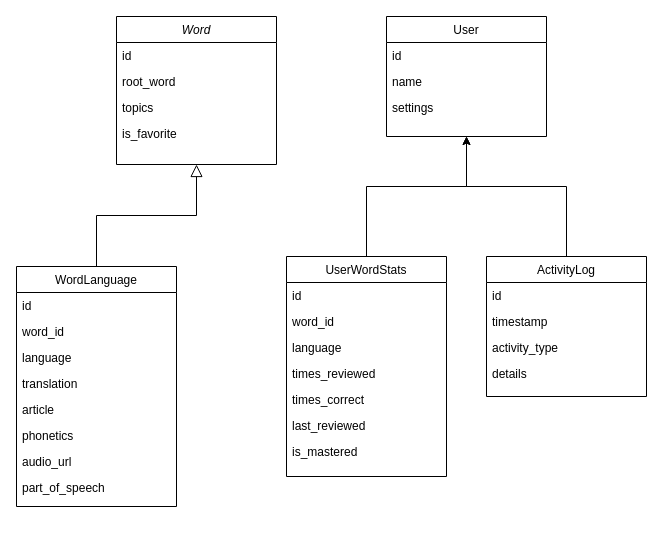
Before: docs/diagrams/data_model/PalabrasSchemaGeneral.drawio in empty-works/lingua-flash, a draw.io diagram. Source tidied: cells renumbered, new cells numbered last; positions are measured from the earlier drawing's top-left corner, leaving out a move shared by most shapes. Both pictures are drawn from the tidied source at 100%, with x=0, y=0 at pixel (16, 16).
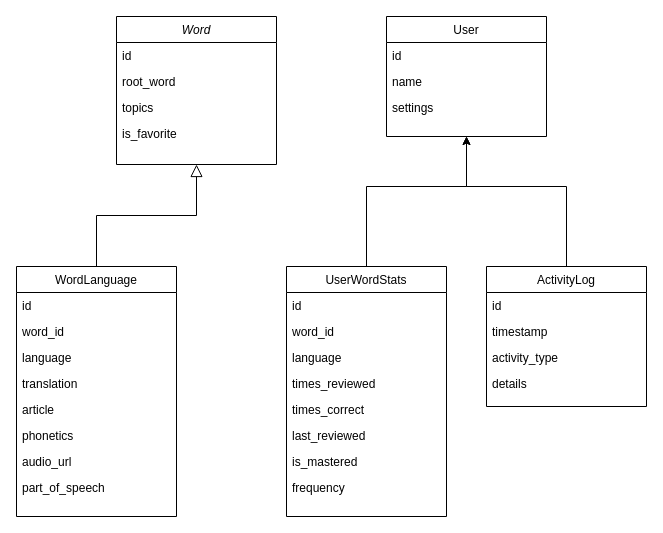
Above is the later version.

What changed in the source:
```diff
@@
     <mxCell id="7" value="WordLanguage" style="swimlane;fontStyle=0;align=center;verticalAlign=top;horizontal=1;startSize=26;rounded=0;shadow=0;strokeWidth=1;" parent="1" vertex="1">
-      <mxGeometry y="250" width="160" height="240" as="geometry" />
+      <mxGeometry y="250" width="160" height="250" as="geometry" />
     </mxCell>
@@
     <mxCell id="21" value="UserWordStats" style="swimlane;fontStyle=0;align=center;verticalAlign=top;horizontal=1;startSize=26;rounded=0;shadow=0;strokeWidth=1;" parent="1" vertex="1">
-      <mxGeometry x="270" y="240" width="160" height="220" as="geometry" />
+      <mxGeometry x="270" y="250" width="160" height="250" as="geometry" />
     </mxCell>
@@
+    <mxCell id="36" value="frequency" style="text;align=left;verticalAlign=top;spacingLeft=4;spacingRight=4;overflow=hidden;rounded=0;shadow=0;html=0;" parent="21" vertex="1">
+      <mxGeometry y="208" width="160" height="26" as="geometry" />
+    </mxCell>
@@
     <mxCell id="30" value="ActivityLog" style="swimlane;fontStyle=0;align=center;verticalAlign=top;horizontal=1;startSize=26;rounded=0;shadow=0;strokeWidth=1;" parent="1" vertex="1">
-      <mxGeometry x="470" y="240" width="160" height="140" as="geometry" />
+      <mxGeometry x="470" y="250" width="160" height="140" as="geometry" />
     </mxCell>
```
